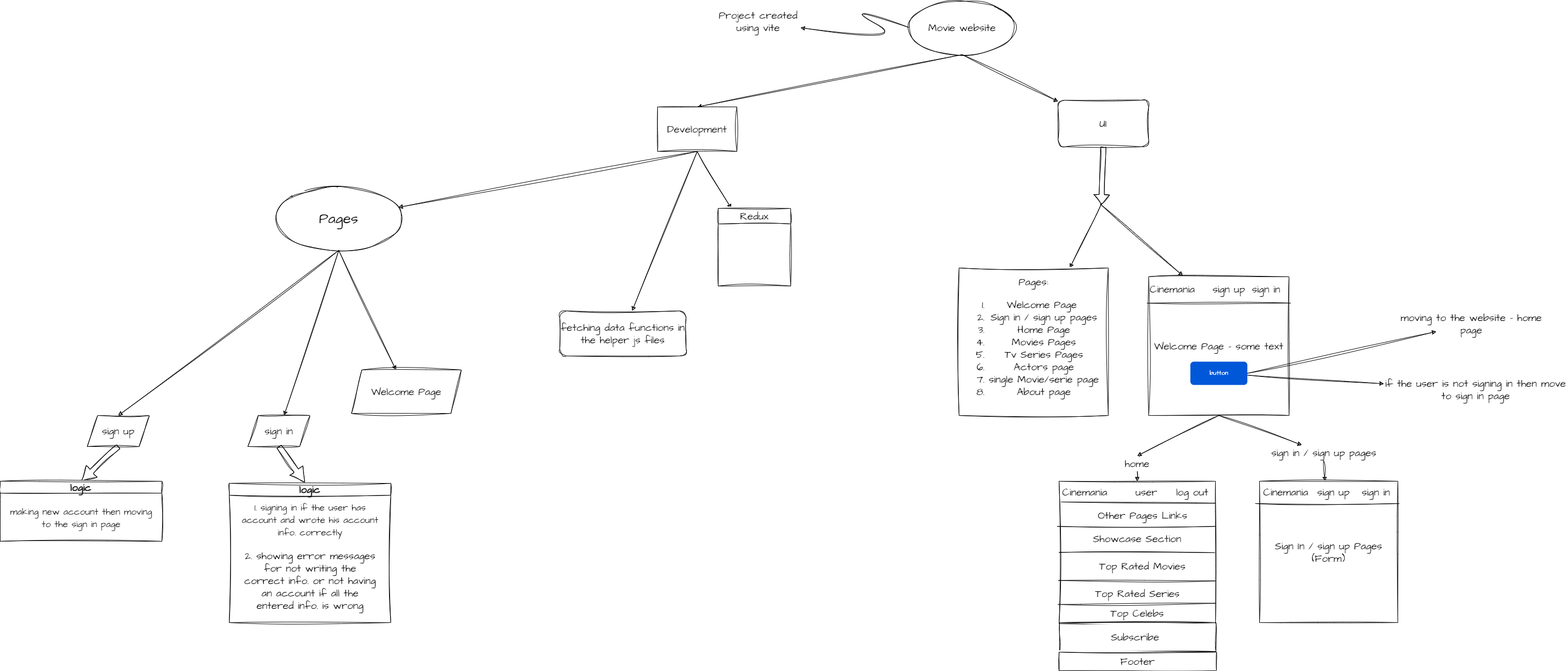
Before: Cinemania Project.png, a diagram exported from draw.io (AbdulrahmanIsmael/Cinemania_website). Source tidied: cells renumbered, new cells last; positions are measured from the earlier drawing's top-left corner, leaving out a move shared by most shapes.
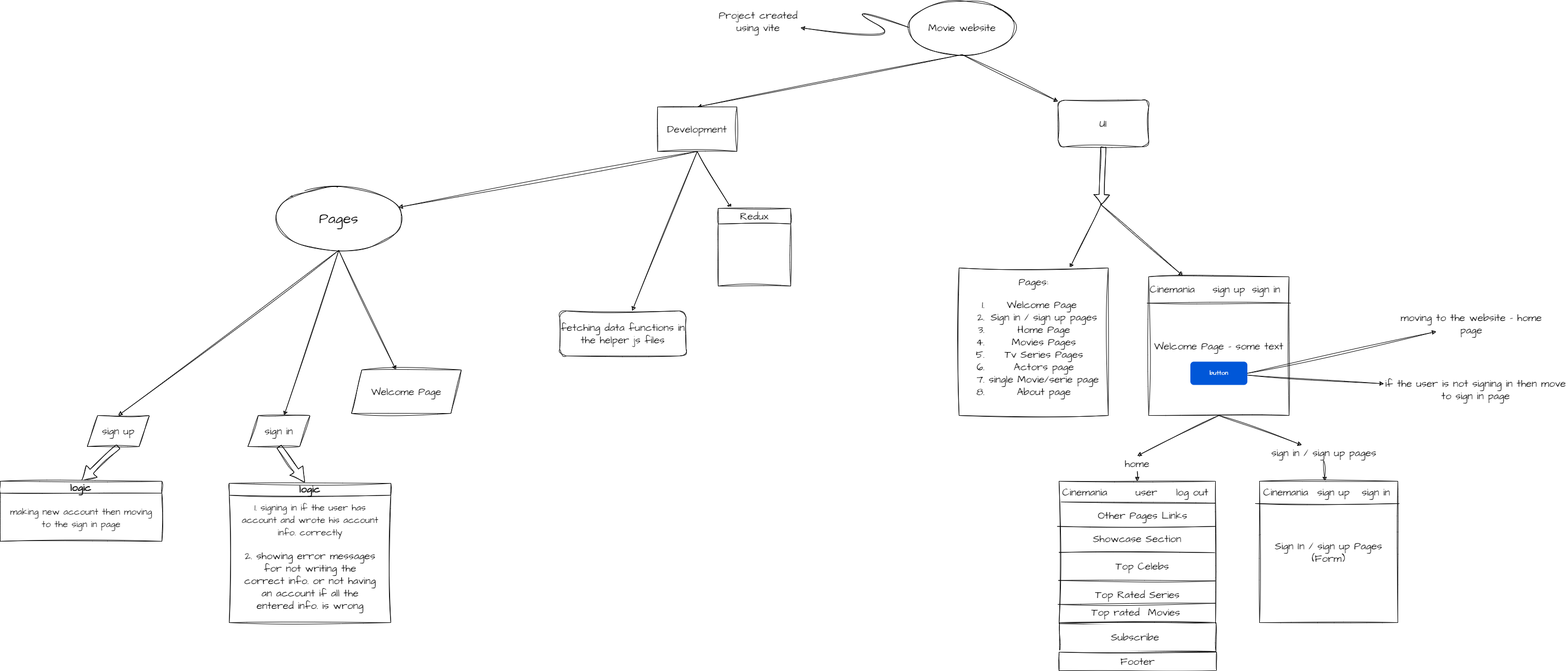
The same diagram one commit later.

What changed in the source:
```diff
@@ -148,20 +148,20 @@
         <mxPoint x="2345" y="1067" as="targetPoint" />
       </mxGeometry>
     </mxCell>
-    <mxCell id="43" value="Top Rated Movies" style="text;html=1;strokeColor=none;fillColor=none;align=center;verticalAlign=middle;whiteSpace=wrap;rounded=0;fontSize=20;fontFamily=Architects Daughter;" parent="1" vertex="1">
+    <mxCell id="43" value="Top Celebs" style="text;html=1;strokeColor=none;fillColor=none;align=center;verticalAlign=middle;whiteSpace=wrap;rounded=0;fontSize=20;fontFamily=Architects Daughter;" parent="1" vertex="1">
       <mxGeometry x="2106" y="1078" width="198" height="30" as="geometry" />
     </mxCell>
     <mxCell id="44" style="endArrow=none;html=1;rounded=0;sketch=1;hachureGap=4;jiggle=2;curveFitting=1;fontFamily=Architects Daughter;fontSource=https%3A%2F%2Ffonts.googleapis.com%2Fcss%3Ffamily%3DArchitects%2BDaughter;fontSize=16;exitX=-0.005;exitY=0.697;exitDx=0;exitDy=0;exitPerimeter=0;entryX=0.999;entryY=0.7;entryDx=0;entryDy=0;entryPerimeter=0;" parent="1" edge="1" source="34" target="34">
       <mxGeometry relative="1" as="geometry" />
     </mxCell>
     <mxCell id="45" value="Top Rated Series" style="text;html=1;strokeColor=none;fillColor=none;align=center;verticalAlign=middle;whiteSpace=wrap;rounded=0;fontSize=20;fontFamily=Architects Daughter;" parent="1" vertex="1">
-      <mxGeometry x="2090.5" y="1131" width="209" height="30" as="geometry" />
+      <mxGeometry x="2090.5" y="1135" width="209" height="26" as="geometry" />
     </mxCell>
     <mxCell id="46" style="endArrow=none;html=1;rounded=0;sketch=1;hachureGap=4;jiggle=2;curveFitting=1;fontFamily=Architects Daughter;fontSource=https%3A%2F%2Ffonts.googleapis.com%2Fcss%3Ffamily%3DArchitects%2BDaughter;fontSize=16;exitX=-0.008;exitY=0.865;exitDx=0;exitDy=0;exitPerimeter=0;entryX=0.999;entryY=0.857;entryDx=0;entryDy=0;entryPerimeter=0;" parent="1" edge="1" source="34" target="34">
       <mxGeometry relative="1" as="geometry" />
     </mxCell>
-    <mxCell id="47" value="Top Celebs" style="text;html=1;strokeColor=none;fillColor=none;align=center;verticalAlign=middle;whiteSpace=wrap;rounded=0;fontSize=20;fontFamily=Architects Daughter;" parent="1" vertex="1">
-      <mxGeometry x="2116" y="1169" width="158" height="30" as="geometry" />
+    <mxCell id="47" value="Top rated&amp;nbsp; Movies&amp;nbsp;" style="text;html=1;strokeColor=none;fillColor=none;align=center;verticalAlign=middle;whiteSpace=wrap;rounded=0;fontSize=20;fontFamily=Architects Daughter;" parent="1" vertex="1">
+      <mxGeometry x="2092.5" y="1167" width="207" height="30" as="geometry" />
     </mxCell>
     <mxCell id="48" style="rounded=0;whiteSpace=wrap;html=1;sketch=1;hachureGap=4;jiggle=2;curveFitting=1;fontFamily=Architects Daughter;fontSource=https%3A%2F%2Ffonts.googleapis.com%2Fcss%3Ffamily%3DArchitects%2BDaughter;fontSize=20;" parent="1" vertex="1">
       <mxGeometry x="2045" y="1202" width="302" height="56" as="geometry" />
```
